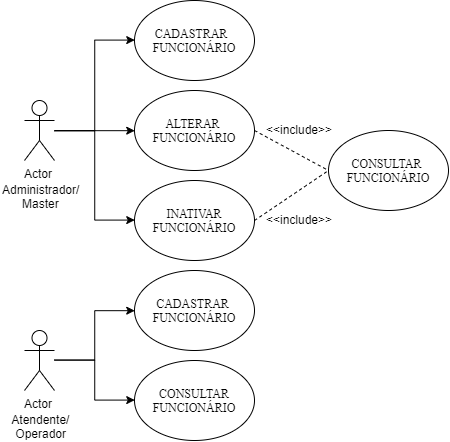
This is Diagramas UML - GerencFrotas/01-Diagramas de Caso de Uso/DiagramaCasodeUso-Funcionario.png from talles2512/Gerenciamento-Frotas, a draw.io export, as it was before one commit. Source tidied: cells renumbered, new cells last; positions are measured from the earlier drawing's top-left corner, leaving out a move shared by most shapes.
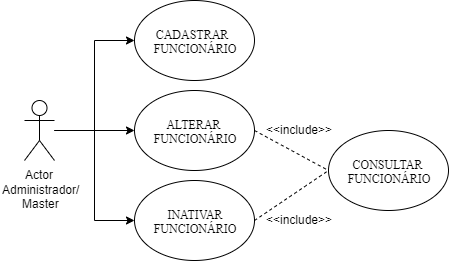
The same diagram one commit later.

The edit, as a diff of the source:
```diff
@@ -43,23 +43,5 @@
     <mxCell id="14" value="Administrador/&lt;br&gt;&amp;nbsp; &amp;nbsp; &amp;nbsp; Master" style="text;html=1;align=left;verticalAlign=top;spacingTop=-4;" parent="1" vertex="1">
       <mxGeometry y="180" width="90" height="30" as="geometry" />
     </mxCell>
-    <mxCell id="15" style="edgeStyle=orthogonalEdgeStyle;rounded=0;jettySize=auto;html=1;entryX=0;entryY=0.5;entryDx=0;entryDy=0;" parent="1" edge="1" source="17" target="18">
-      <mxGeometry relative="1" as="geometry" />
-    </mxCell>
-    <mxCell id="16" style="edgeStyle=orthogonalEdgeStyle;rounded=0;jettySize=auto;html=1;entryX=0;entryY=0.5;entryDx=0;entryDy=0;" parent="1" edge="1" source="17" target="19">
-      <mxGeometry relative="1" as="geometry" />
-    </mxCell>
-    <mxCell id="17" value="Actor" style="shape=umlActor;verticalLabelPosition=bottom;labelBackgroundColor=#ffffff;verticalAlign=top;html=1;" parent="1" vertex="1">
-      <mxGeometry x="24" y="330" width="30" height="60" as="geometry" />
-    </mxCell>
-    <mxCell id="18" value="&lt;font face=&quot;Times New Roman&quot;&gt;CADASTRAR&amp;nbsp;&lt;br&gt;&lt;/font&gt;&lt;span style=&quot;font-family: &amp;#34;times new roman&amp;#34;&quot;&gt;FUNCIONÁRIO&lt;/span&gt;&lt;font face=&quot;Times New Roman&quot;&gt;&lt;br&gt;&lt;/font&gt;" style="ellipse;whiteSpace=wrap;html=1;" parent="1" vertex="1">
-      <mxGeometry x="134" y="270" width="120" height="80" as="geometry" />
-    </mxCell>
-    <mxCell id="19" value="&lt;font face=&quot;Times New Roman&quot;&gt;CONSULTAR&lt;br&gt;&lt;/font&gt;&lt;span style=&quot;font-family: &amp;#34;times new roman&amp;#34;&quot;&gt;FUNCIONÁRIO&lt;/span&gt;&lt;font face=&quot;Times New Roman&quot;&gt;&lt;br&gt;&lt;/font&gt;" style="ellipse;whiteSpace=wrap;html=1;" parent="1" vertex="1">
-      <mxGeometry x="134" y="360" width="120" height="80" as="geometry" />
-    </mxCell>
-    <mxCell id="20" value="&amp;nbsp; &amp;nbsp;Atendente/&lt;br&gt;&amp;nbsp; &amp;nbsp; Operador" style="text;html=1;align=left;verticalAlign=top;spacingTop=-4;" parent="1" vertex="1">
-      <mxGeometry y="410" width="80" height="30" as="geometry" />
-    </mxCell>
   </root>
 </mxGraphModel>
```
